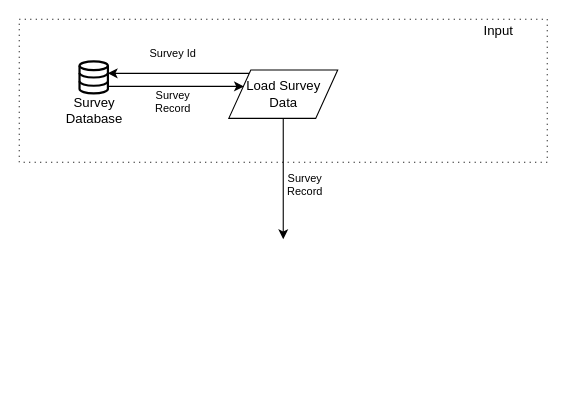
This is arsitektur-umum.drawio from alvinfebriando/diagram, a draw.io file, before an edit. Source tidied: cells renumbered, new cells numbered last; positions are measured from the earlier drawing's top-left corner, leaving out a move shared by most shapes. Both pictures are drawn from the tidied source at 110%, with x=0, y=0 at pixel (19, 19).
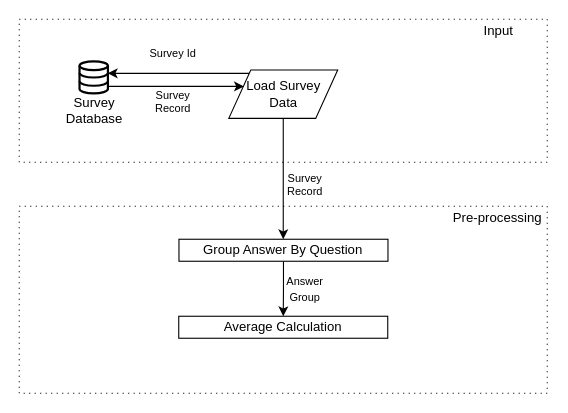
After the change.

Commit message:
Add Preprocessing block

Change to the diagram source:
```diff
@@
+    <mxCell id="14" style="rounded=0;whiteSpace=wrap;html=1;dashed=1;dashPattern=1 4;" parent="1" vertex="1">
+      <mxGeometry y="170" width="480" height="170" as="geometry" />
+    </mxCell>
+    <mxCell id="15" value="Pre-processing" style="text;strokeColor=none;align=center;fillColor=none;html=1;verticalAlign=middle;whiteSpace=wrap;rounded=0;" parent="14" vertex="1">
+      <mxGeometry x="390" width="90" height="22" as="geometry" />
+    </mxCell>
+    <mxCell id="16" style="edgeStyle=orthogonalEdgeStyle;rounded=0;jettySize=auto;html=1;" parent="14" edge="1" source="17" target="18">
+      <mxGeometry relative="1" as="geometry" />
+    </mxCell>
+    <mxCell id="17" value="Group Answer By Question" style="rounded=0;whiteSpace=wrap;html=1;" parent="14" vertex="1">
+      <mxGeometry x="145.2" y="30" width="190" height="20" as="geometry" />
+    </mxCell>
+    <mxCell id="18" value="Average Calculation" style="rounded=0;whiteSpace=wrap;html=1;" parent="14" vertex="1">
+      <mxGeometry x="145" y="100" width="190" height="20" as="geometry" />
+    </mxCell>
+    <mxCell id="19" value="&lt;font style=&quot;font-size: 10px;&quot;&gt;Answer Group&lt;/font&gt;" style="text;strokeColor=none;align=center;fillColor=none;html=1;verticalAlign=middle;whiteSpace=wrap;rounded=0;" parent="14" vertex="1">
+      <mxGeometry x="230" y="60" width="60" height="30" as="geometry" />
+    </mxCell>
```
